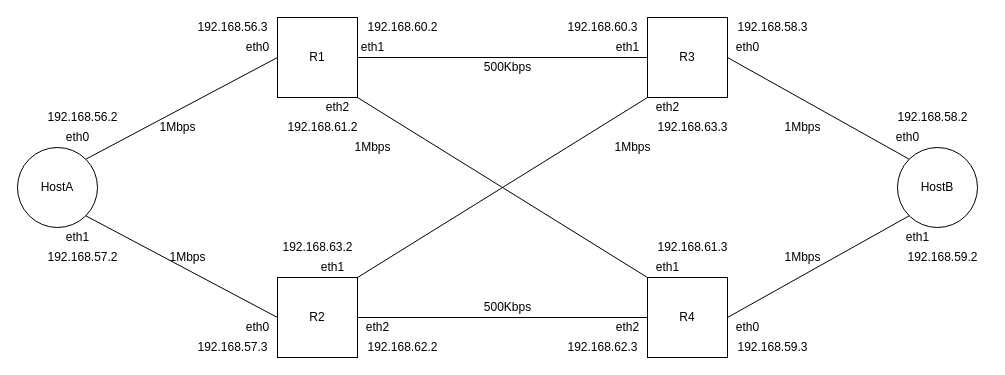
shidqify/Tubes-Jarkom keeps this draw.io diagram as topo.drawio. Above is the earlier version. Source tidied: cells renumbered, new cells numbered last; positions are measured from the earlier drawing's top-left corner, leaving out a move shared by most shapes. Both pictures are drawn from the tidied source at 100%, with x=0, y=0 at pixel (17, 17).
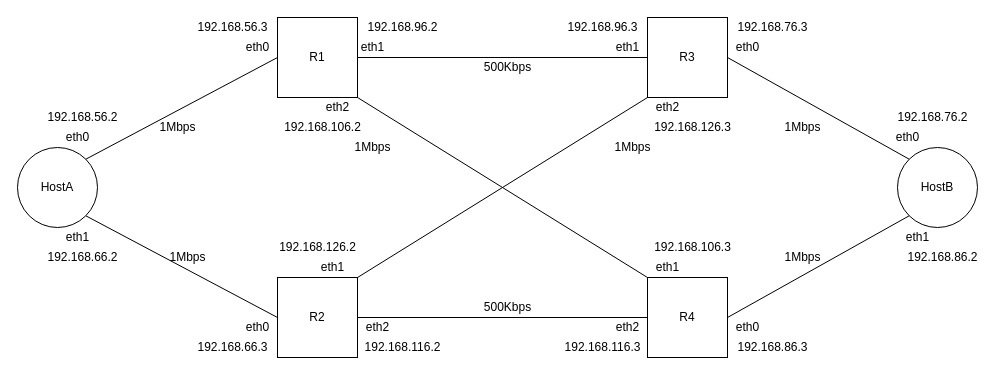
After the change.

Change to the diagram source:
```diff
@@
-    <mxCell id="41" value="192.168.57.2" style="text;html=1;align=center;verticalAlign=middle;strokeColor=none;fillColor=none;" parent="1" vertex="1">
+    <mxCell id="41" value="192.168.66.2" style="text;html=1;align=center;verticalAlign=middle;strokeColor=none;fillColor=none;" parent="1" vertex="1">
       <mxGeometry x="20" y="230" width="90" height="20" as="geometry" />
     </mxCell>
@@
-    <mxCell id="43" value="192.168.57.3" style="text;html=1;align=center;verticalAlign=middle;strokeColor=none;fillColor=none;" parent="1" vertex="1">
+    <mxCell id="43" value="192.168.66.3" style="text;html=1;align=center;verticalAlign=middle;strokeColor=none;fillColor=none;" parent="1" vertex="1">
       <mxGeometry x="170" y="320" width="90" height="20" as="geometry" />
     </mxCell>
-    <mxCell id="44" value="192.168.58.2" style="text;html=1;align=center;verticalAlign=middle;strokeColor=none;fillColor=none;" parent="1" vertex="1">
+    <mxCell id="44" value="192.168.76.2" style="text;html=1;align=center;verticalAlign=middle;strokeColor=none;fillColor=none;" parent="1" vertex="1">
       <mxGeometry x="870" y="90" width="90" height="20" as="geometry" />
     </mxCell>
-    <mxCell id="45" value="192.168.59.2" style="text;html=1;align=center;verticalAlign=middle;strokeColor=none;fillColor=none;" parent="1" vertex="1">
+    <mxCell id="45" value="192.168.86.2" style="text;html=1;align=center;verticalAlign=middle;strokeColor=none;fillColor=none;" parent="1" vertex="1">
       <mxGeometry x="880" y="230" width="90" height="20" as="geometry" />
     </mxCell>
-    <mxCell id="46" value="192.168.58.3" style="text;html=1;align=center;verticalAlign=middle;strokeColor=none;fillColor=none;" parent="1" vertex="1">
+    <mxCell id="46" value="192.168.76.3" style="text;html=1;align=center;verticalAlign=middle;strokeColor=none;fillColor=none;" parent="1" vertex="1">
       <mxGeometry x="710" width="90" height="20" as="geometry" />
     </mxCell>
-    <mxCell id="47" value="192.168.59.3" style="text;html=1;align=center;verticalAlign=middle;strokeColor=none;fillColor=none;" parent="1" vertex="1">
+    <mxCell id="47" value="192.168.86.3" style="text;html=1;align=center;verticalAlign=middle;strokeColor=none;fillColor=none;" parent="1" vertex="1">
       <mxGeometry x="710" y="320" width="90" height="20" as="geometry" />
     </mxCell>
-    <mxCell id="48" value="192.168.60.2" style="text;html=1;align=center;verticalAlign=middle;strokeColor=none;fillColor=none;" parent="1" vertex="1">
+    <mxCell id="48" value="192.168.96.2" style="text;html=1;align=center;verticalAlign=middle;strokeColor=none;fillColor=none;" parent="1" vertex="1">
       <mxGeometry x="340" width="90" height="20" as="geometry" />
     </mxCell>
-    <mxCell id="49" value="192.168.60.3" style="text;html=1;align=center;verticalAlign=middle;strokeColor=none;fillColor=none;" parent="1" vertex="1">
+    <mxCell id="49" value="192.168.96.3" style="text;html=1;align=center;verticalAlign=middle;strokeColor=none;fillColor=none;" parent="1" vertex="1">
       <mxGeometry x="540" width="90" height="20" as="geometry" />
     </mxCell>
-    <mxCell id="50" value="192.168.61.2" style="text;html=1;align=center;verticalAlign=middle;strokeColor=none;fillColor=none;" parent="1" vertex="1">
+    <mxCell id="50" value="192.168.106.2" style="text;html=1;align=center;verticalAlign=middle;strokeColor=none;fillColor=none;" parent="1" vertex="1">
       <mxGeometry x="260" y="100" width="90" height="20" as="geometry" />
     </mxCell>
-    <mxCell id="51" value="192.168.61.3" style="text;html=1;align=center;verticalAlign=middle;strokeColor=none;fillColor=none;" parent="1" vertex="1">
+    <mxCell id="51" value="192.168.106.3" style="text;html=1;align=center;verticalAlign=middle;strokeColor=none;fillColor=none;" parent="1" vertex="1">
       <mxGeometry x="630" y="220" width="90" height="20" as="geometry" />
     </mxCell>
-    <mxCell id="52" value="192.168.62.2" style="text;html=1;align=center;verticalAlign=middle;strokeColor=none;fillColor=none;" parent="1" vertex="1">
+    <mxCell id="52" value="192.168.116.2" style="text;html=1;align=center;verticalAlign=middle;strokeColor=none;fillColor=none;" parent="1" vertex="1">
       <mxGeometry x="340" y="320" width="90" height="20" as="geometry" />
     </mxCell>
-    <mxCell id="53" value="192.168.62.3" style="text;html=1;align=center;verticalAlign=middle;strokeColor=none;fillColor=none;" parent="1" vertex="1">
+    <mxCell id="53" value="192.168.116.3" style="text;html=1;align=center;verticalAlign=middle;strokeColor=none;fillColor=none;" parent="1" vertex="1">
       <mxGeometry x="540" y="320" width="90" height="20" as="geometry" />
     </mxCell>
-    <mxCell id="54" value="192.168.63.2" style="text;html=1;align=center;verticalAlign=middle;strokeColor=none;fillColor=none;" parent="1" vertex="1">
+    <mxCell id="54" value="192.168.126.2" style="text;html=1;align=center;verticalAlign=middle;strokeColor=none;fillColor=none;" parent="1" vertex="1">
       <mxGeometry x="255" y="220" width="90" height="20" as="geometry" />
     </mxCell>
-    <mxCell id="55" value="192.168.63.3" style="text;html=1;align=center;verticalAlign=middle;strokeColor=none;fillColor=none;" parent="1" vertex="1">
+    <mxCell id="55" value="192.168.126.3" style="text;html=1;align=center;verticalAlign=middle;strokeColor=none;fillColor=none;" parent="1" vertex="1">
       <mxGeometry x="630" y="100" width="90" height="20" as="geometry" />
     </mxCell>
```
